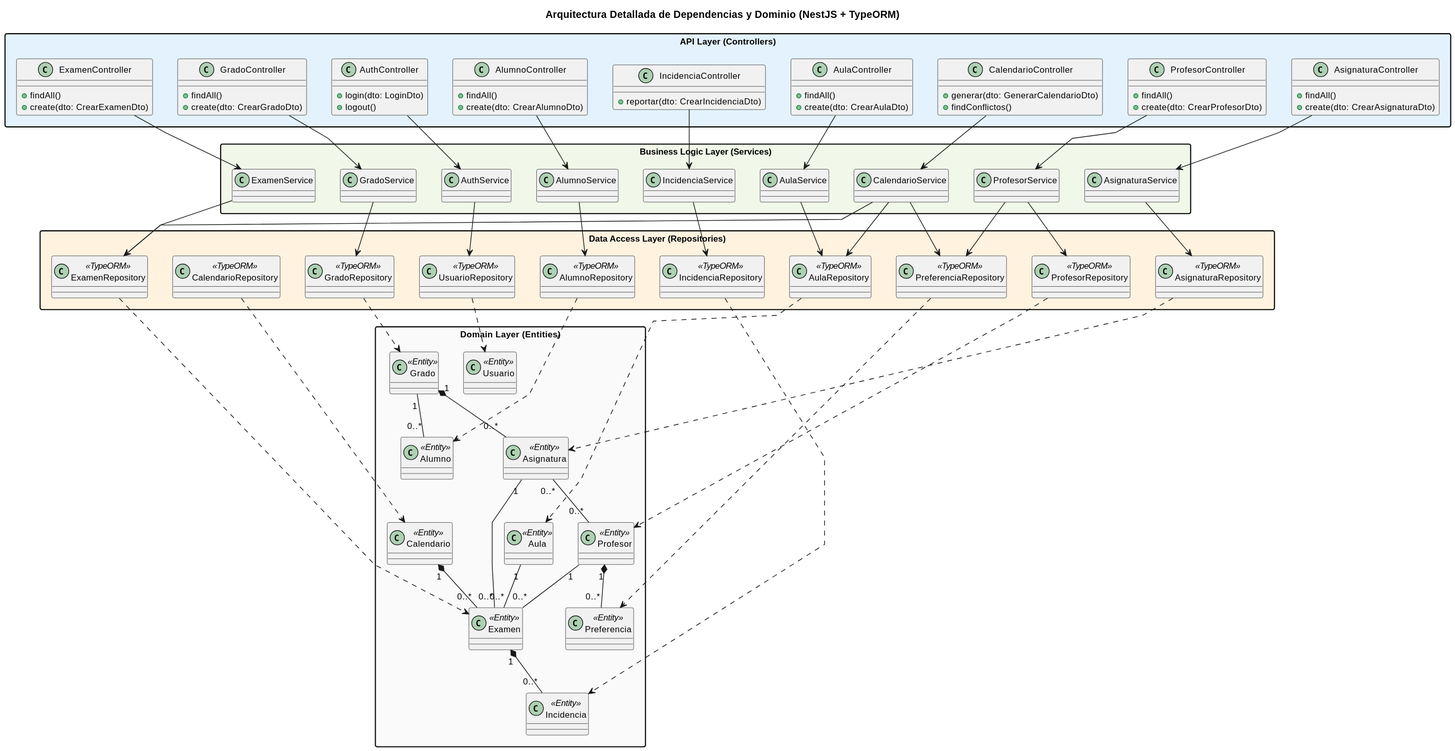
This is images/02-diseño/clases-diseño.svg from carlos-alvarado-25/25-26-idsw2-sdVC, a PlantUML export, as it was before one commit.
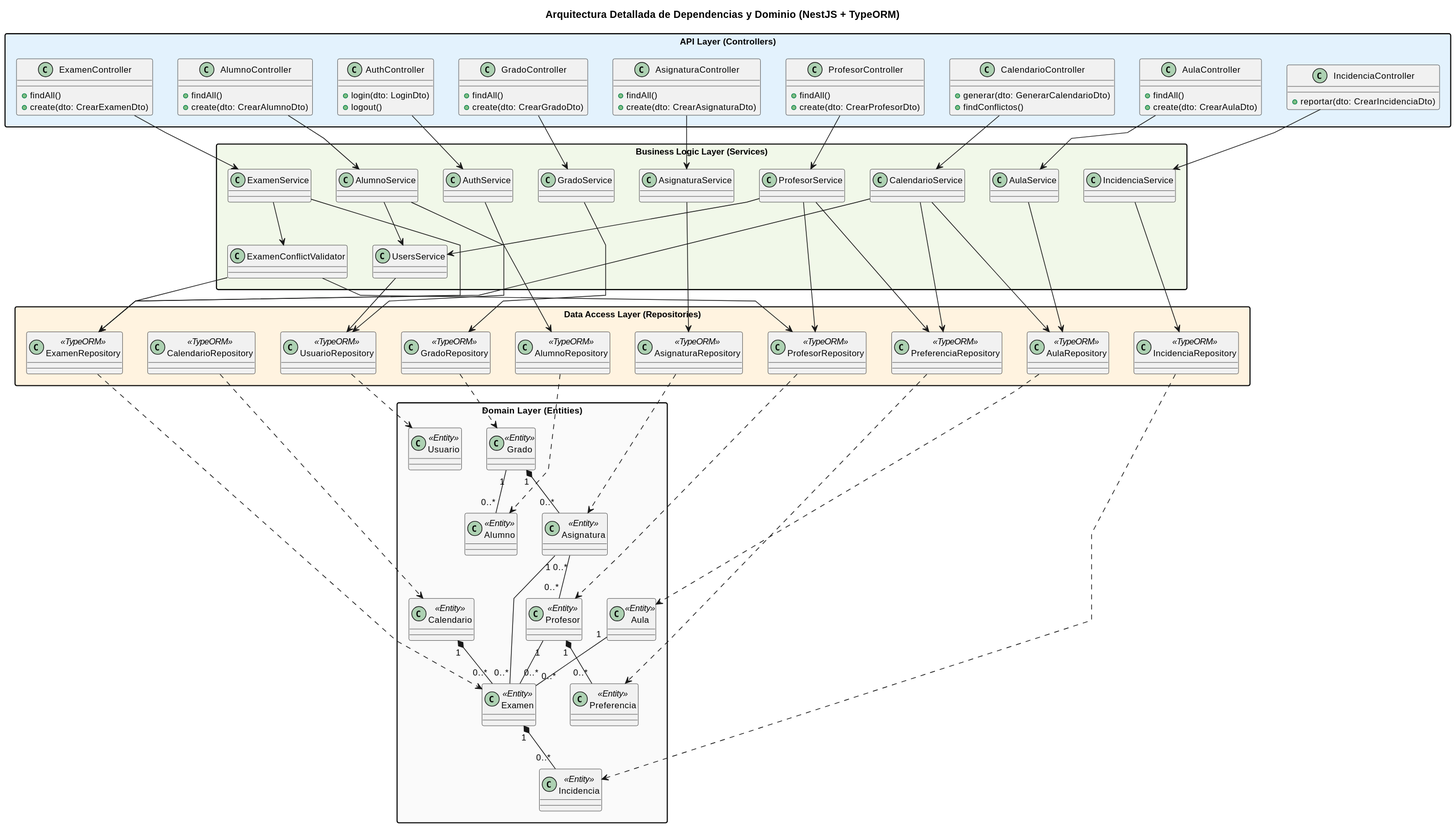
The same diagram one commit later.

What changed in the source:
```diff
@@ -48,12 +48,14 @@
 
 package "Business Logic Layer (Services)" as Services #F1F8E9 {
     class AuthService
+    class UsersService
     class GradoService
     class AsignaturaService
     class ProfesorService
     class AulaService
     class AlumnoService
     class ExamenService
+    class ExamenConflictValidator
     class CalendarioService
     class IncidenciaService
 }
@@ -87,6 +89,7 @@
 
 AuthController -d-> AuthService
 AuthService -d-> UsuarioRepository
+UsersService -d-> UsuarioRepository
 
 GradoController -d-> GradoService
 GradoService -d-> GradoRepository
@@ -97,15 +100,20 @@
 ProfesorController -d-> ProfesorService
 ProfesorService -d-> ProfesorRepository
 ProfesorService -d-> PreferenciaRepository
+ProfesorService -d-> UsersService
 
 AulaController -d-> AulaService
 AulaService -d-> AulaRepository
 
 AlumnoController -d-> AlumnoService
 AlumnoService -d-> AlumnoRepository
+AlumnoService -d-> UsersService
 
 ExamenController -d-> ExamenService
 ExamenService -d-> ExamenRepository
+ExamenService -d-> ExamenConflictValidator
+ExamenConflictValidator -d-> ExamenRepository
+ExamenConflictValidator -d-> ProfesorRepository
 
 CalendarioController -d-> CalendarioService
 CalendarioService -d-> ExamenRepository
```
